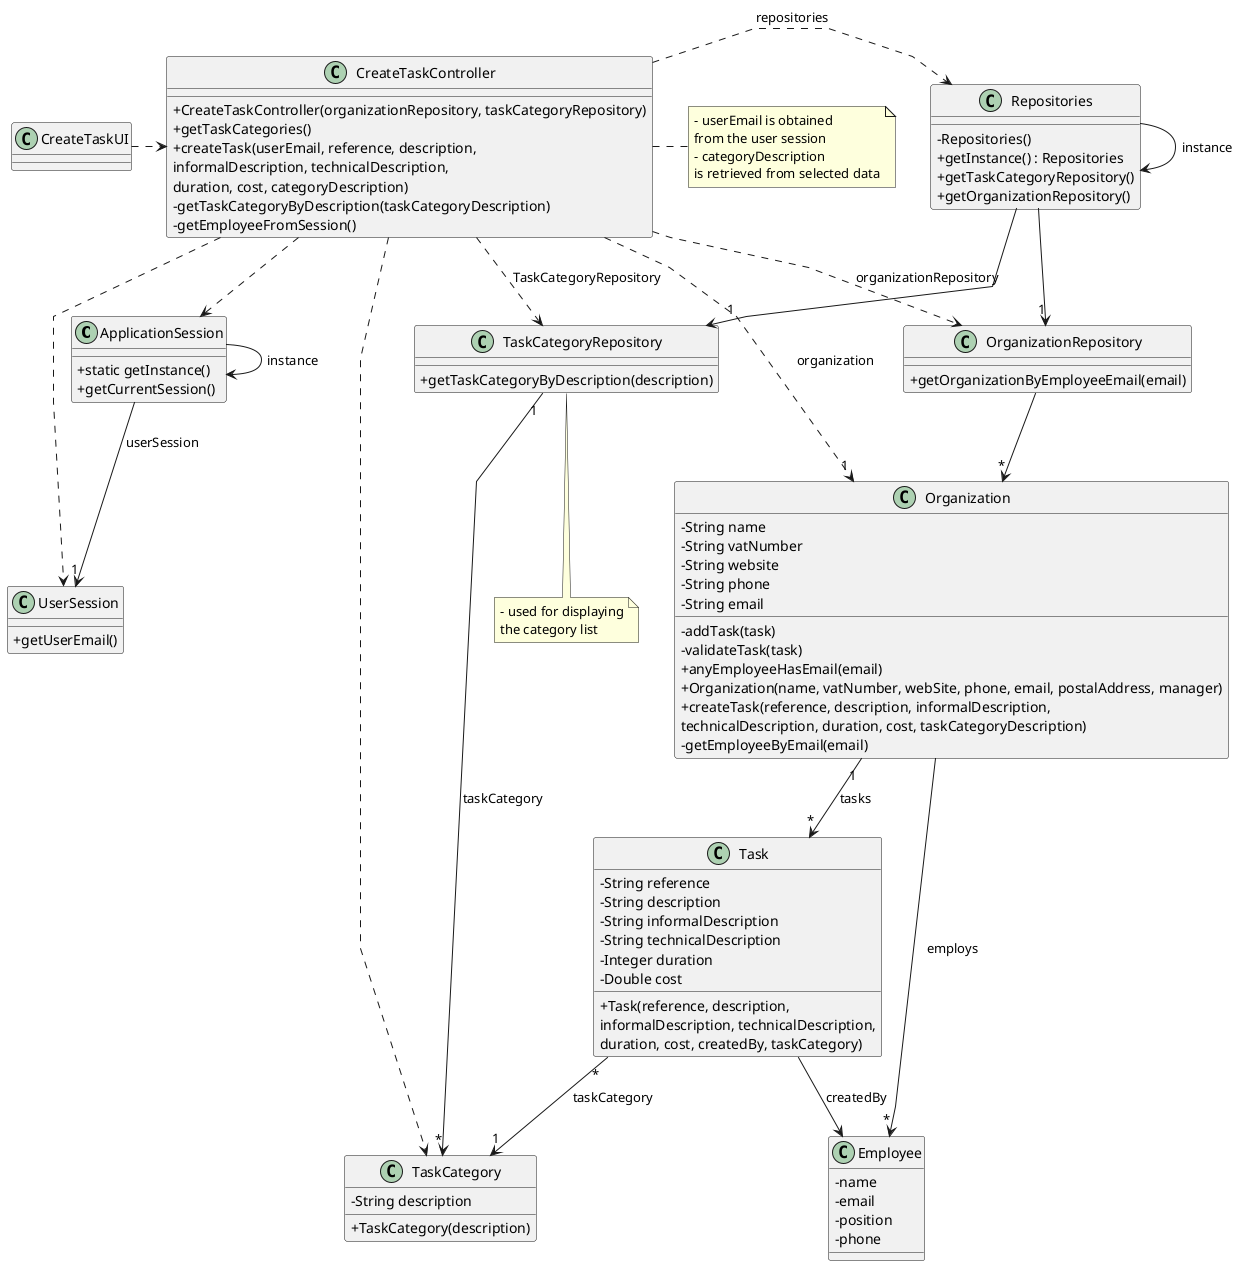
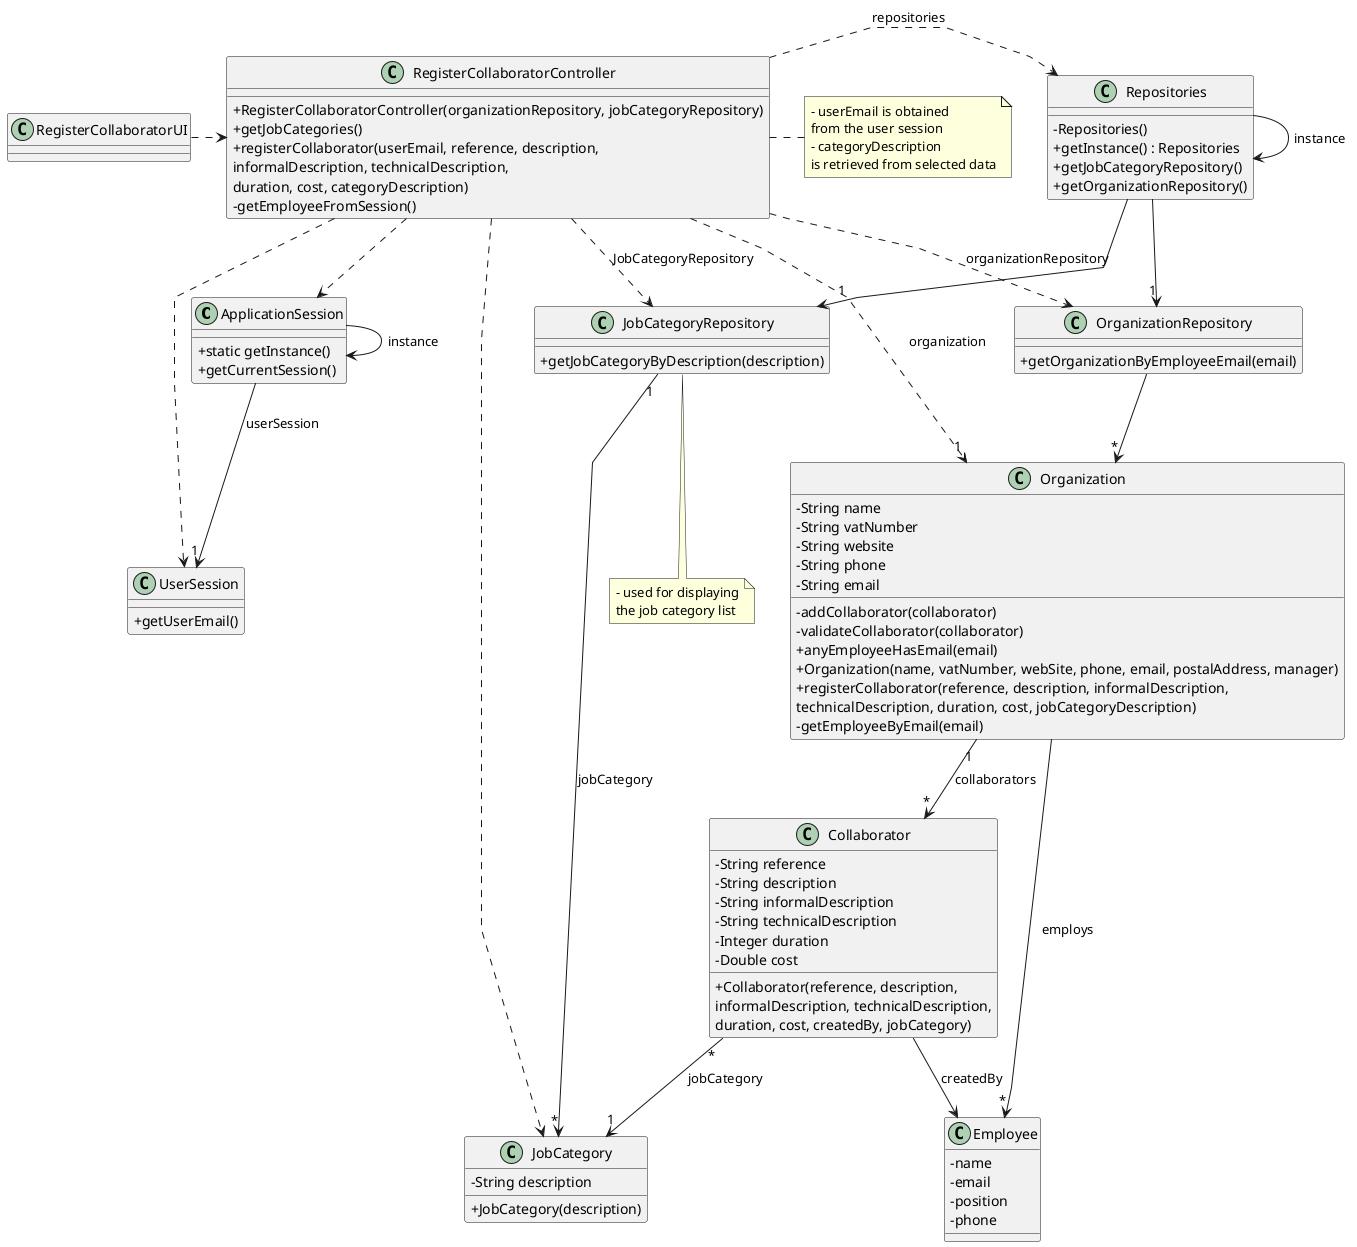
@startuml
'skinparam monochrome true
skinparam packageStyle rectangle
skinparam shadowing false
skinparam linetype polyline
'skinparam linetype orto

skinparam classAttributeIconSize 0

'left to right direction

class ApplicationSession
{
    + static getInstance()
    + getCurrentSession()
}

class UserSession
{
    + getUserEmail()
}

class Employee {
    - name
    - email
    - position
    - phone
}

- class Task {
+ class Collaborator {
    - String reference
    - String description
    - String informalDescription
    - String technicalDescription
    - Integer duration
    - Double cost

-     + Task(reference, description,\ninformalDescription, technicalDescription,\nduration, cost, createdBy, taskCategory)
+     + Collaborator(reference, description,\ninformalDescription, technicalDescription,\nduration, cost, createdBy, jobCategory)
}

- class TaskCategory {
+ class JobCategory {
    - String description

-     + TaskCategory(description)
+     + JobCategory(description)
}

class Organization {
    - String name
    - String vatNumber
    - String website
    - String phone
    - String email

-     - addTask(task)
-     - validateTask(task)
+     - addCollaborator(collaborator)
+     - validateCollaborator(collaborator)
    + anyEmployeeHasEmail(email)
    + Organization(name, vatNumber, webSite, phone, email, postalAddress, manager)
-     + createTask(reference, description, informalDescription,\ntechnicalDescription, duration, cost, taskCategoryDescription)
+     + registerCollaborator(reference, description, informalDescription,\ntechnicalDescription, duration, cost, jobCategoryDescription)
    - getEmployeeByEmail(email)

- '  +saveTask(task)
+ '  +saveCollaborator(collaborator)
}

- class TaskCategoryRepository {
-     + getTaskCategoryByDescription(description)
+ class JobCategoryRepository {
+     + getJobCategoryByDescription(description)
}

class OrganizationRepository {
    + getOrganizationByEmployeeEmail(email)
}

class Repositories {
    - Repositories()
    + getInstance() : Repositories
-     + getTaskCategoryRepository()
+     + getJobCategoryRepository()
    + getOrganizationRepository()
}

- class CreateTaskController {
-     + CreateTaskController(organizationRepository, taskCategoryRepository)
-     + getTaskCategories()
-     + createTask(userEmail, reference, description,\ninformalDescription, technicalDescription,\nduration, cost, categoryDescription)
-     - getTaskCategoryByDescription(taskCategoryDescription)
+ class RegisterCollaboratorController {
+     + RegisterCollaboratorController(organizationRepository, jobCategoryRepository)
+     + getJobCategories()
+     + registerCollaborator(userEmail, reference, description,\ninformalDescription, technicalDescription,\nduration, cost, categoryDescription)
    - getEmployeeFromSession()
}

- note right of CreateTaskController
+ note right of RegisterCollaboratorController
    - userEmail is obtained
    from the user session
    - categoryDescription
    is retrieved from selected data
end note

- note bottom of TaskCategoryRepository
+ note bottom of JobCategoryRepository
    - used for displaying
-     the category list
+     the job category list
end note

- class CreateTaskUI {
+ class RegisterCollaboratorUI {
}

Repositories -> Repositories : instance
ApplicationSession -> ApplicationSession : instance

- CreateTaskUI .> CreateTaskController
+ RegisterCollaboratorUI .> RegisterCollaboratorController

- CreateTaskController .> Repositories : repositories
+ RegisterCollaboratorController .> Repositories : repositories

- Repositories -> "1" TaskCategoryRepository
+ Repositories -> "1" JobCategoryRepository

- CreateTaskController ..> TaskCategory
- CreateTaskController ..> OrganizationRepository : organizationRepository
- CreateTaskController ..> TaskCategoryRepository : TaskCategoryRepository
+ RegisterCollaboratorController ..> JobCategory
+ RegisterCollaboratorController ..> OrganizationRepository : organizationRepository
+ RegisterCollaboratorController ..> JobCategoryRepository : JobCategoryRepository

Repositories --> "1" OrganizationRepository

OrganizationRepository --> "*" Organization
ApplicationSession --> "1" UserSession : userSession

- CreateTaskController ..> "1" Organization : organization
- CreateTaskController ..> ApplicationSession
- CreateTaskController ..> UserSession
- Task "*" --> "1" TaskCategory : taskCategory
- TaskCategoryRepository "1" --> "*" TaskCategory : taskCategory
- Organization "1" --> "*" Task : tasks
- Task --> Employee : createdBy
+ RegisterCollaboratorController ..> "1" Organization : organization
+ RegisterCollaboratorController ..> ApplicationSession
+ RegisterCollaboratorController ..> UserSession
+ Collaborator "*" --> "1" JobCategory : jobCategory
+ JobCategoryRepository "1" --> "*" JobCategory : jobCategory
+ Organization "1" --> "*" Collaborator : collaborators
+ Collaborator --> Employee : createdBy

Organization --> "*" Employee : employs

@enduml